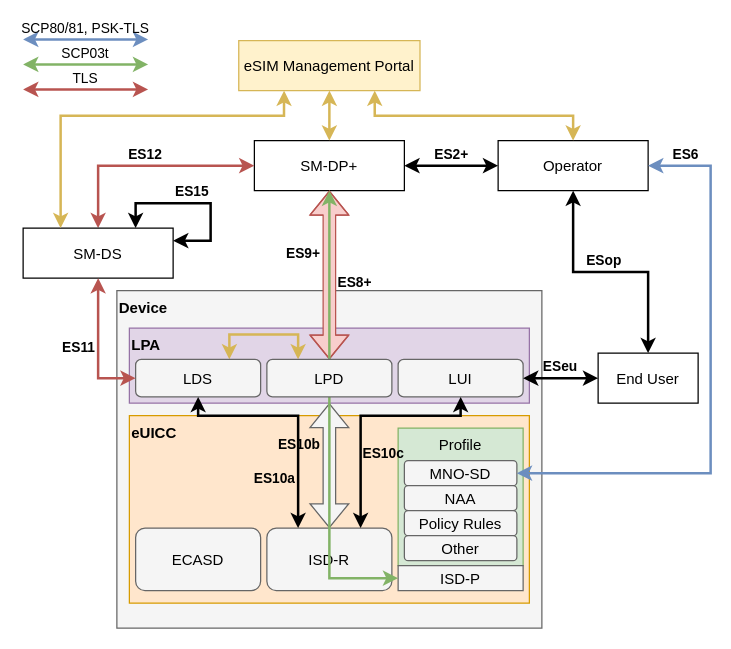
Above: drawio/unified_architecture.drawio in koblibri/master_thesis (draw.io), before the change. Source tidied: cells renumbered, new cells numbered last; positions are measured from the earlier drawing's top-left corner, leaving out a move shared by most shapes. Both pictures are drawn from the tidied source at 125%, with x=0, y=0 at pixel (22, 39).
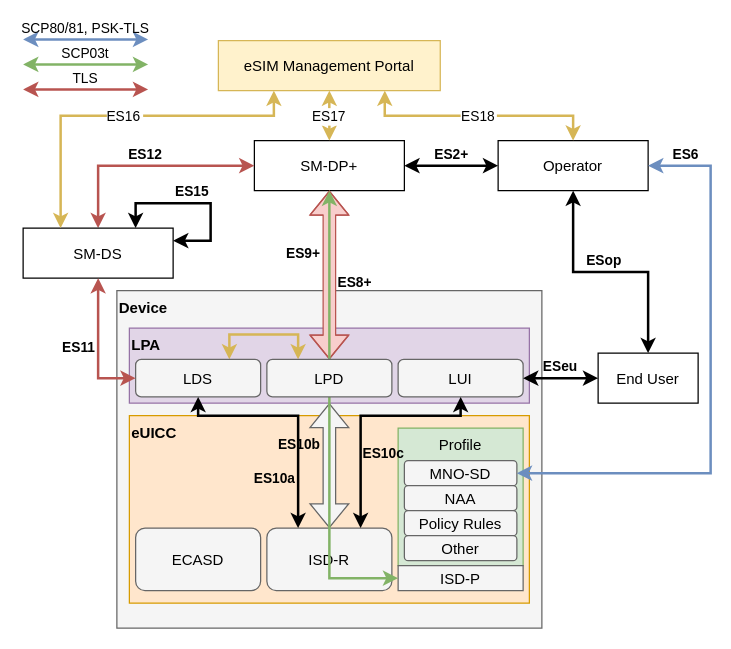
After the change.

The change refers to these unchanged cells:
```xml
<mxCell id="3" value="SM-DP+" style="rounded=0;labelBackgroundColor=none;fontColor=default;" parent="1" vertex="1">
  <mxGeometry x="185" y="81" width="120" height="40" as="geometry" />
</mxCell>
<mxCell id="5" value="SM-DS" style="rounded=0;labelBackgroundColor=none;fontColor=default;" parent="1" vertex="1">
  <mxGeometry y="151" width="120" height="40" as="geometry" />
</mxCell>
<mxCell id="7" value="Operator" style="rounded=0;labelBackgroundColor=none;fontColor=default;" parent="1" vertex="1">
  <mxGeometry x="380" y="81" width="120" height="40" as="geometry" />
</mxCell>
```

Change to the diagram source:
```diff
@@
-    <mxCell id="36" style="edgeStyle=orthogonalEdgeStyle;rounded=0;jettySize=auto;exitX=0.5;exitY=1;exitDx=0;exitDy=0;entryX=0.5;entryY=0;entryDx=0;entryDy=0;startArrow=classic;startFill=1;strokeWidth=2;fillColor=#fff2cc;strokeColor=#d6b656;" parent="1" edge="1" source="39" target="3">
+    <mxCell id="36" value="ES17" style="edgeStyle=orthogonalEdgeStyle;rounded=0;jettySize=auto;exitX=0.5;exitY=1;exitDx=0;exitDy=0;entryX=0.5;entryY=0;entryDx=0;entryDy=0;startArrow=classic;startFill=1;strokeWidth=2;fillColor=#fff2cc;strokeColor=#d6b656;" parent="1" edge="1" source="39" target="3">
       <mxGeometry relative="1" as="geometry" />
     </mxCell>
-    <mxCell id="37" style="edgeStyle=orthogonalEdgeStyle;rounded=0;jettySize=auto;exitX=0.25;exitY=1;exitDx=0;exitDy=0;entryX=0.25;entryY=0;entryDx=0;entryDy=0;startArrow=classic;startFill=1;strokeWidth=2;fillColor=#fff2cc;strokeColor=#d6b656;" parent="1" edge="1" source="39" target="5">
+    <mxCell id="37" value="ES16" style="edgeStyle=orthogonalEdgeStyle;rounded=0;jettySize=auto;exitX=0.25;exitY=1;exitDx=0;exitDy=0;entryX=0.25;entryY=0;entryDx=0;entryDy=0;startArrow=classic;startFill=1;strokeWidth=2;fillColor=#fff2cc;strokeColor=#d6b656;" parent="1" edge="1" source="39" target="5">
       <mxGeometry relative="1" as="geometry">
         <Array as="points">
-          <mxPoint x="209" y="61" />
+          <mxPoint x="201" y="61" />
           <mxPoint x="30" y="61" />
         </Array>
       </mxGeometry>
     </mxCell>
-    <mxCell id="38" style="edgeStyle=orthogonalEdgeStyle;rounded=0;jettySize=auto;exitX=0.75;exitY=1;exitDx=0;exitDy=0;entryX=0.5;entryY=0;entryDx=0;entryDy=0;startArrow=classic;startFill=1;strokeWidth=2;fillColor=#fff2cc;strokeColor=#d6b656;" parent="1" edge="1" source="39" target="7">
+    <mxCell id="38" value="ES18" style="edgeStyle=orthogonalEdgeStyle;rounded=0;jettySize=auto;exitX=0.75;exitY=1;exitDx=0;exitDy=0;entryX=0.5;entryY=0;entryDx=0;entryDy=0;startArrow=classic;startFill=1;strokeWidth=2;fillColor=#fff2cc;strokeColor=#d6b656;" parent="1" edge="1" source="39" target="7">
       <mxGeometry relative="1" as="geometry" />
     </mxCell>
-    <mxCell id="39" value="eSIM Management Portal" style="rounded=0;labelBackgroundColor=none;fillColor=#fff2cc;strokeColor=#d6b656;" parent="1" vertex="1">
-      <mxGeometry x="172.5" y="1" width="145" height="40" as="geometry" />
+    <mxCell id="39" value="eSIM Management Portal" style="rounded=0;labelBackgroundColor=none;fillColor=#fff2cc;strokeColor=#d6b656;fontColor=default;" parent="1" vertex="1">
+      <mxGeometry x="156.2" y="1" width="177.5" height="40" as="geometry" />
     </mxCell>
```
